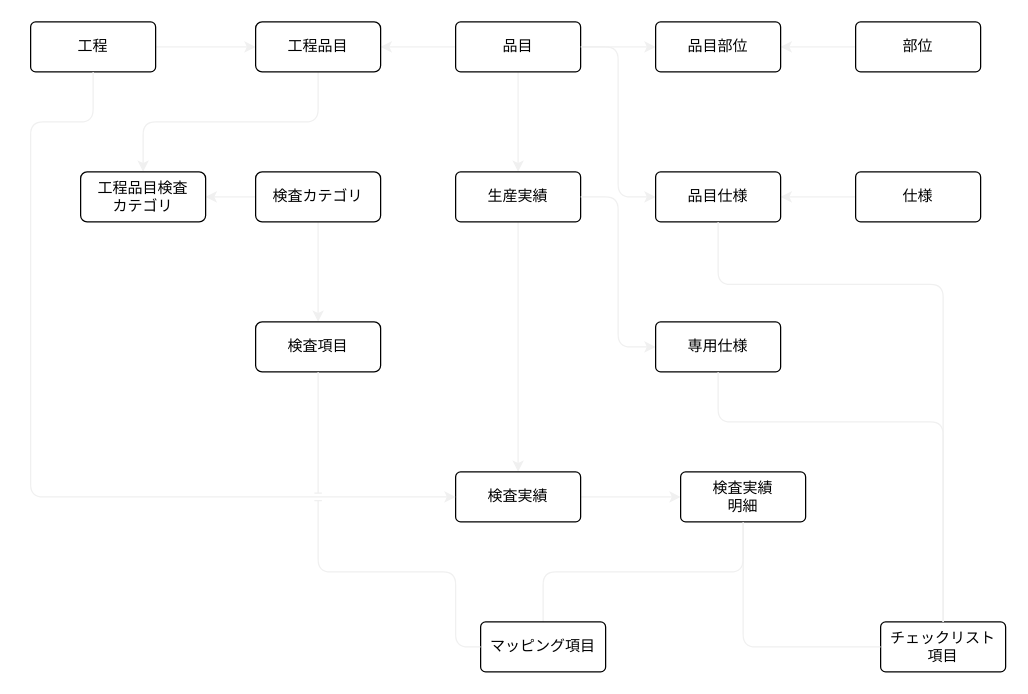
The draw.io diagram docs/draw.io/er.dio in sagawa3104/laravel9-practice, before the edit. Source tidied: cells renumbered, new cells numbered last; positions are measured from the earlier drawing's top-left corner, leaving out a move shared by most shapes. Both pictures are drawn from the tidied source at 125%, with x=0, y=0 at pixel (30, 21).
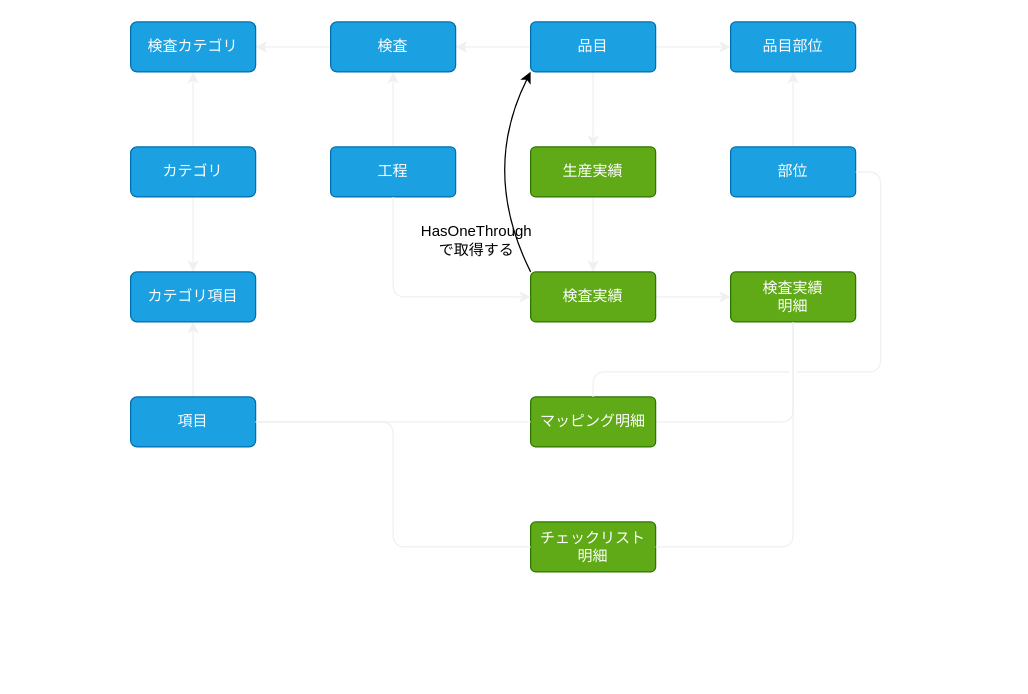
The same diagram, later.

The edit, as a diff of the source:
```diff
@@
-    <mxCell id="2" style="edgeStyle=none;html=1;entryX=0;entryY=0.5;entryDx=0;entryDy=0;strokeColor=#F0F0F0;" parent="1" edge="1" source="3" target="12">
+    <mxCell id="2" style="edgeStyle=none;html=1;entryX=0.5;entryY=1;entryDx=0;entryDy=0;strokeColor=#F0F0F0;" parent="1" edge="1" source="3" target="12">
       <mxGeometry relative="1" as="geometry" />
     </mxCell>
-    <mxCell id="3" value="工程" style="rounded=1;arcSize=10;whiteSpace=wrap;html=1;align=center;" parent="1" vertex="1">
-      <mxGeometry width="100" height="40" as="geometry" />
+    <mxCell id="3" value="工程" style="rounded=1;arcSize=10;whiteSpace=wrap;html=1;align=center;fillColor=#1ba1e2;fontColor=#ffffff;strokeColor=#006EAF;" parent="1" vertex="1">
+      <mxGeometry x="240" y="100" width="100" height="40" as="geometry" />
     </mxCell>
-    <mxCell id="4" style="edgeStyle=none;html=1;entryX=0;entryY=0.5;entryDx=0;entryDy=0;curved=1;strokeColor=#F0F0F0;" parent="1" edge="1" source="7" target="10">
+    <mxCell id="4" style="edgeStyle=orthogonalEdgeStyle;html=1;entryX=0;entryY=0.5;entryDx=0;entryDy=0;strokeColor=#F0F0F0;exitX=1;exitY=0.5;exitDx=0;exitDy=0;" parent="1" edge="1" source="7" target="10">
       <mxGeometry relative="1" as="geometry" />
     </mxCell>
-    <mxCell id="5" style="edgeStyle=none;curved=1;html=1;strokeColor=#F0F0F0;" parent="1" edge="1" source="7" target="12">
+    <mxCell id="5" style="edgeStyle=orthogonalEdgeStyle;html=1;strokeColor=#F0F0F0;entryX=1;entryY=0.5;entryDx=0;entryDy=0;exitX=0;exitY=0.5;exitDx=0;exitDy=0;" parent="1" edge="1" source="7" target="12">
       <mxGeometry relative="1" as="geometry" />
     </mxCell>
@@
-    <mxCell id="7" value="品目" style="rounded=1;arcSize=10;whiteSpace=wrap;html=1;align=center;" parent="1" vertex="1">
-      <mxGeometry x="340" width="100" height="40" as="geometry" />
+    <mxCell id="7" value="品目" style="rounded=1;arcSize=10;whiteSpace=wrap;html=1;align=center;fillColor=#1ba1e2;fontColor=#ffffff;strokeColor=#006EAF;" parent="1" vertex="1">
+      <mxGeometry x="400" width="100" height="40" as="geometry" />
     </mxCell>
@@
-    <mxCell id="9" value="部位" style="rounded=1;arcSize=10;whiteSpace=wrap;html=1;align=center;" parent="1" vertex="1">
-      <mxGeometry x="660" width="100" height="40" as="geometry" />
+    <mxCell id="9" value="部位" style="rounded=1;arcSize=10;whiteSpace=wrap;html=1;align=center;fillColor=#1ba1e2;fontColor=#ffffff;strokeColor=#006EAF;" parent="1" vertex="1">
+      <mxGeometry x="560" y="100" width="100" height="40" as="geometry" />
     </mxCell>
-    <mxCell id="10" value="品目部位" style="rounded=1;arcSize=10;whiteSpace=wrap;html=1;align=center;" parent="1" vertex="1">
-      <mxGeometry x="500" width="100" height="40" as="geometry" />
+    <mxCell id="10" value="品目部位" style="rounded=1;arcSize=10;whiteSpace=wrap;html=1;align=center;fillColor=#1ba1e2;fontColor=#ffffff;strokeColor=#006EAF;" parent="1" vertex="1">
+      <mxGeometry x="560" width="100" height="40" as="geometry" />
     </mxCell>
-    <mxCell id="11" style="edgeStyle=orthogonalEdgeStyle;html=1;entryX=0.5;entryY=0;entryDx=0;entryDy=0;exitX=0.5;exitY=1;exitDx=0;exitDy=0;strokeColor=#F0F0F0;" parent="1" edge="1" source="12" target="25">
+    <mxCell id="11" style="edgeStyle=orthogonalEdgeStyle;html=1;entryX=1;entryY=0.5;entryDx=0;entryDy=0;strokeColor=#F0F0F0;exitX=0;exitY=0.5;exitDx=0;exitDy=0;" parent="1" edge="1" source="12" target="25">
       <mxGeometry relative="1" as="geometry" />
     </mxCell>
-    <mxCell id="12" value="工程品目" style="rounded=1;arcSize=13;whiteSpace=wrap;html=1;align=center;" parent="1" vertex="1">
-      <mxGeometry x="180" width="100" height="40" as="geometry" />
+    <mxCell id="12" value="検査" style="rounded=1;arcSize=13;whiteSpace=wrap;html=1;align=center;fillColor=#1ba1e2;fontColor=#ffffff;strokeColor=#006EAF;" parent="1" vertex="1">
+      <mxGeometry x="240" width="100" height="40" as="geometry" />
     </mxCell>
@@
-    <mxCell id="14" value="生産実績" style="rounded=1;arcSize=10;whiteSpace=wrap;html=1;align=center;" parent="1" vertex="1">
-      <mxGeometry x="340" y="120" width="100" height="40" as="geometry" />
+    <mxCell id="14" value="生産実績" style="rounded=1;arcSize=10;whiteSpace=wrap;html=1;align=center;fillColor=#60a917;fontColor=#ffffff;strokeColor=#2D7600;" parent="1" vertex="1">
+      <mxGeometry x="400" y="100" width="100" height="40" as="geometry" />
     </mxCell>
-    <mxCell id="15" style="edgeStyle=none;curved=1;html=1;strokeColor=#F0F0F0;" parent="1" edge="1" source="16" target="19">
-      <mxGeometry relative="1" as="geometry" />
-    </mxCell>
-    <mxCell id="16" value="仕様" style="rounded=1;arcSize=10;whiteSpace=wrap;html=1;align=center;" parent="1" vertex="1">
-      <mxGeometry x="660" y="120" width="100" height="40" as="geometry" />
-    </mxCell>
-    <mxCell id="17" style="edgeStyle=entityRelationEdgeStyle;html=1;exitX=1;exitY=0.5;exitDx=0;exitDy=0;entryX=0;entryY=0.5;entryDx=0;entryDy=0;strokeColor=#F0F0F0;" parent="1" edge="1" source="7" target="19">
-      <mxGeometry relative="1" as="geometry" />
-    </mxCell>
-    <mxCell id="18" style="edgeStyle=entityRelationEdgeStyle;html=1;exitX=1;exitY=0.5;exitDx=0;exitDy=0;entryX=0;entryY=0.5;entryDx=0;entryDy=0;strokeColor=#F0F0F0;" parent="1" edge="1" source="14" target="20">
-      <mxGeometry relative="1" as="geometry" />
-    </mxCell>
-    <mxCell id="19" value="品目仕様" style="rounded=1;arcSize=10;whiteSpace=wrap;html=1;align=center;" parent="1" vertex="1">
-      <mxGeometry x="500" y="120" width="100" height="40" as="geometry" />
-    </mxCell>
-    <mxCell id="20" value="専用仕様" style="rounded=1;arcSize=10;whiteSpace=wrap;html=1;align=center;" parent="1" vertex="1">
-      <mxGeometry x="500" y="240" width="100" height="40" as="geometry" />
-    </mxCell>
-    <mxCell id="21" style="edgeStyle=none;curved=1;html=1;strokeColor=#F0F0F0;" parent="1" edge="1" source="23" target="24">
+    <mxCell id="21" style="edgeStyle=none;curved=1;html=1;strokeColor=#F0F0F0;entryX=0.5;entryY=0;entryDx=0;entryDy=0;" parent="1" edge="1" source="23" target="39">
       <mxGeometry relative="1" as="geometry" />
     </mxCell>
-    <mxCell id="22" style="edgeStyle=none;curved=1;html=1;entryX=1;entryY=0.5;entryDx=0;entryDy=0;strokeColor=#F0F0F0;" parent="1" edge="1" source="23" target="25">
+    <mxCell id="22" style="edgeStyle=none;curved=1;html=1;entryX=0.5;entryY=1;entryDx=0;entryDy=0;strokeColor=#F0F0F0;" parent="1" edge="1" source="23" target="25">
       <mxGeometry relative="1" as="geometry" />
     </mxCell>
-    <mxCell id="23" value="検査カテゴリ" style="rounded=1;arcSize=13;whiteSpace=wrap;html=1;align=center;" parent="1" vertex="1">
-      <mxGeometry x="180" y="120" width="100" height="40" as="geometry" />
+    <mxCell id="23" value="カテゴリ" style="rounded=1;arcSize=13;whiteSpace=wrap;html=1;align=center;fillColor=#1ba1e2;fontColor=#ffffff;strokeColor=#006EAF;" parent="1" vertex="1">
+      <mxGeometry x="80" y="100" width="100" height="40" as="geometry" />
     </mxCell>
+    <mxCell id="37" style="edgeStyle=orthogonalEdgeStyle;rounded=1;jumpStyle=gap;html=1;strokeColor=#F0F0F0;" parent="1" edge="1" source="24" target="39">
+      <mxGeometry relative="1" as="geometry" />
+    </mxCell>
-    <mxCell id="24" value="検査項目" style="rounded=1;arcSize=13;whiteSpace=wrap;html=1;align=center;" parent="1" vertex="1">
-      <mxGeometry x="180" y="240" width="100" height="40" as="geometry" />
+    <mxCell id="24" value="項目" style="rounded=1;arcSize=13;whiteSpace=wrap;html=1;align=center;fillColor=#1ba1e2;fontColor=#ffffff;strokeColor=#006EAF;" parent="1" vertex="1">
+      <mxGeometry x="80" y="300" width="100" height="40" as="geometry" />
     </mxCell>
-    <mxCell id="25" value="工程品目検査&lt;br&gt;カテゴリ" style="rounded=1;arcSize=13;whiteSpace=wrap;html=1;align=center;" parent="1" vertex="1">
-      <mxGeometry x="40" y="120" width="100" height="40" as="geometry" />
+    <mxCell id="25" value="検査カテゴリ" style="rounded=1;arcSize=13;whiteSpace=wrap;html=1;align=center;fillColor=#1ba1e2;fontColor=#ffffff;strokeColor=#006EAF;" parent="1" vertex="1">
+      <mxGeometry x="80" width="100" height="40" as="geometry" />
     </mxCell>
@@
-    <mxCell id="27" value="検査実績" style="rounded=1;arcSize=10;whiteSpace=wrap;html=1;align=center;" parent="1" vertex="1">
-      <mxGeometry x="340" y="360" width="100" height="40" as="geometry" />
+    <mxCell id="27" value="検査実績" style="rounded=1;arcSize=10;whiteSpace=wrap;html=1;align=center;fillColor=#60a917;fontColor=#ffffff;strokeColor=#2D7600;" parent="1" vertex="1">
+      <mxGeometry x="400" y="200" width="100" height="40" as="geometry" />
     </mxCell>
-    <mxCell id="28" style="edgeStyle=orthogonalEdgeStyle;html=1;entryX=0;entryY=0.5;entryDx=0;entryDy=0;exitX=0.5;exitY=1;exitDx=0;exitDy=0;strokeColor=#F0F0F0;" parent="1" edge="1" source="3" target="27">
-      <mxGeometry relative="1" as="geometry">
-        <Array as="points">
-          <mxPoint x="50" y="80" />
-          <mxPoint y="80" />
-          <mxPoint y="380" />
-        </Array>
-      </mxGeometry>
+    <mxCell id="28" style="edgeStyle=orthogonalEdgeStyle;html=1;exitX=0.5;exitY=1;exitDx=0;exitDy=0;strokeColor=#F0F0F0;entryX=0;entryY=0.5;entryDx=0;entryDy=0;jumpStyle=gap;" parent="1" edge="1" source="3" target="27">
+      <mxGeometry relative="1" as="geometry" />
     </mxCell>
-    <mxCell id="29" style="edgeStyle=orthogonalEdgeStyle;rounded=1;jumpStyle=none;html=1;exitX=0.5;exitY=1;exitDx=0;exitDy=0;endArrow=none;endFill=0;strokeColor=#F0F0F0;" parent="1" edge="1" source="30" target="31">
+    <mxCell id="29" style="edgeStyle=orthogonalEdgeStyle;rounded=1;jumpStyle=none;html=1;exitX=0.5;exitY=1;exitDx=0;exitDy=0;endArrow=none;endFill=0;strokeColor=#F0F0F0;entryX=1;entryY=0.5;entryDx=0;entryDy=0;" parent="1" edge="1" source="30" target="31">
       <mxGeometry relative="1" as="geometry" />
     </mxCell>
-    <mxCell id="30" value="検査実績&lt;br&gt;明細" style="rounded=1;arcSize=10;whiteSpace=wrap;html=1;align=center;" parent="1" vertex="1">
-      <mxGeometry x="520" y="360" width="100" height="40" as="geometry" />
+    <mxCell id="30" value="検査実績&lt;br&gt;明細" style="rounded=1;arcSize=10;whiteSpace=wrap;html=1;align=center;fillColor=#60a917;fontColor=#ffffff;strokeColor=#2D7600;" parent="1" vertex="1">
+      <mxGeometry x="560" y="200" width="100" height="40" as="geometry" />
     </mxCell>
-    <mxCell id="31" value="マッピング項目" style="rounded=1;arcSize=10;whiteSpace=wrap;html=1;align=center;" parent="1" vertex="1">
-      <mxGeometry x="360" y="480" width="100" height="40" as="geometry" />
+    <mxCell id="31" value="マッピング明細" style="rounded=1;arcSize=10;whiteSpace=wrap;html=1;align=center;fillColor=#60a917;fontColor=#ffffff;strokeColor=#2D7600;" parent="1" vertex="1">
+      <mxGeometry x="400" y="300" width="100" height="40" as="geometry" />
     </mxCell>
-    <mxCell id="32" style="edgeStyle=orthogonalEdgeStyle;rounded=1;jumpStyle=line;html=1;exitX=0.5;exitY=1;exitDx=0;exitDy=0;endArrow=none;endFill=0;strokeColor=#F0F0F0;" parent="1" edge="1" source="24" target="31">
-      <mxGeometry relative="1" as="geometry">
-        <Array as="points">
-          <mxPoint x="230" y="440" />
-          <mxPoint x="340" y="440" />
-          <mxPoint x="340" y="500" />
-        </Array>
-      </mxGeometry>
+    <mxCell id="32" style="edgeStyle=orthogonalEdgeStyle;rounded=1;jumpStyle=line;html=1;endArrow=none;endFill=0;strokeColor=#F0F0F0;entryX=0;entryY=0.5;entryDx=0;entryDy=0;" parent="1" edge="1" source="24" target="31">
+      <mxGeometry relative="1" as="geometry" />
     </mxCell>
-    <mxCell id="33" value="チェックリスト&lt;br&gt;項目" style="rounded=1;arcSize=10;whiteSpace=wrap;html=1;align=center;" parent="1" vertex="1">
-      <mxGeometry x="680" y="480" width="100" height="40" as="geometry" />
+    <mxCell id="33" value="チェックリスト&lt;br&gt;明細" style="rounded=1;arcSize=10;whiteSpace=wrap;html=1;align=center;fillColor=#60a917;fontColor=#ffffff;strokeColor=#2D7600;" parent="1" vertex="1">
+      <mxGeometry x="400" y="400" width="100" height="40" as="geometry" />
     </mxCell>
-    <mxCell id="34" style="edgeStyle=orthogonalEdgeStyle;rounded=1;jumpStyle=none;html=1;exitX=0.5;exitY=1;exitDx=0;exitDy=0;endArrow=none;endFill=0;entryX=0;entryY=0.5;entryDx=0;entryDy=0;strokeColor=#F0F0F0;" parent="1" edge="1" source="30" target="33">
+    <mxCell id="34" style="edgeStyle=orthogonalEdgeStyle;rounded=1;jumpStyle=none;html=1;exitX=0.5;exitY=1;exitDx=0;exitDy=0;endArrow=none;endFill=0;entryX=1;entryY=0.5;entryDx=0;entryDy=0;strokeColor=#F0F0F0;" parent="1" edge="1" source="30" target="33">
       <mxGeometry relative="1" as="geometry" />
     </mxCell>
-    <mxCell id="35" style="edgeStyle=orthogonalEdgeStyle;rounded=1;jumpStyle=none;html=1;exitX=0.5;exitY=1;exitDx=0;exitDy=0;endArrow=none;endFill=0;entryX=0.5;entryY=0;entryDx=0;entryDy=0;strokeColor=#F0F0F0;" parent="1" edge="1" source="20" target="33">
-      <mxGeometry relative="1" as="geometry">
-        <Array as="points">
-          <mxPoint x="550" y="320" />
-          <mxPoint x="730" y="320" />
-        </Array>
-      </mxGeometry>
-    </mxCell>
-    <mxCell id="36" style="edgeStyle=orthogonalEdgeStyle;rounded=1;jumpStyle=none;html=1;exitX=0.5;exitY=1;exitDx=0;exitDy=0;endArrow=none;endFill=0;entryX=0.5;entryY=0;entryDx=0;entryDy=0;strokeColor=#F0F0F0;" parent="1" edge="1" source="19" target="33">
-      <mxGeometry relative="1" as="geometry">
-        <Array as="points">
-          <mxPoint x="550" y="210" />
-          <mxPoint x="730" y="210" />
-        </Array>
-      </mxGeometry>
-    </mxCell>
+    <mxCell id="38" style="edgeStyle=orthogonalEdgeStyle;rounded=1;jumpStyle=line;html=1;exitX=1;exitY=0.5;exitDx=0;exitDy=0;endArrow=none;endFill=0;strokeColor=#F0F0F0;entryX=0;entryY=0.5;entryDx=0;entryDy=0;" parent="1" edge="1" source="24" target="33">
+      <mxGeometry relative="1" as="geometry" />
+    </mxCell>
+    <mxCell id="39" value="カテゴリ項目" style="rounded=1;arcSize=13;whiteSpace=wrap;html=1;align=center;fillColor=#1ba1e2;fontColor=#ffffff;strokeColor=#006EAF;" parent="1" vertex="1">
+      <mxGeometry x="80" y="200" width="100" height="40" as="geometry" />
+    </mxCell>
+    <mxCell id="40" style="edgeStyle=orthogonalEdgeStyle;html=1;strokeColor=#F0F0F0;endArrow=none;endFill=0;jumpStyle=gap;exitX=1;exitY=0.5;exitDx=0;exitDy=0;entryX=0.5;entryY=0;entryDx=0;entryDy=0;" parent="1" edge="1" source="9" target="31">
+      <mxGeometry relative="1" as="geometry">
+        <Array as="points">
+          <mxPoint x="680" y="120" />
+          <mxPoint x="680" y="280" />
+          <mxPoint x="450" y="280" />
+        </Array>
+      </mxGeometry>
+    </mxCell>
+    <mxCell id="41" value="HasOneThrough&lt;br&gt;で取得する" style="text;html=1;strokeColor=none;fillColor=none;align=center;verticalAlign=middle;whiteSpace=wrap;rounded=0;" parent="1" vertex="1">
+      <mxGeometry x="300" y="160" width="114" height="30" as="geometry" />
+    </mxCell>
+    <mxCell id="42" style="curved=1;endArrow=classic;html=1;entryX=0;entryY=1;entryDx=0;entryDy=0;" parent="1" edge="1" target="7">
+      <mxGeometry relative="1" as="geometry">
+        <mxPoint x="400" y="200" as="sourcePoint" />
+        <Array as="points">
+          <mxPoint x="360" y="120" />
+        </Array>
+      </mxGeometry>
+    </mxCell>
```
